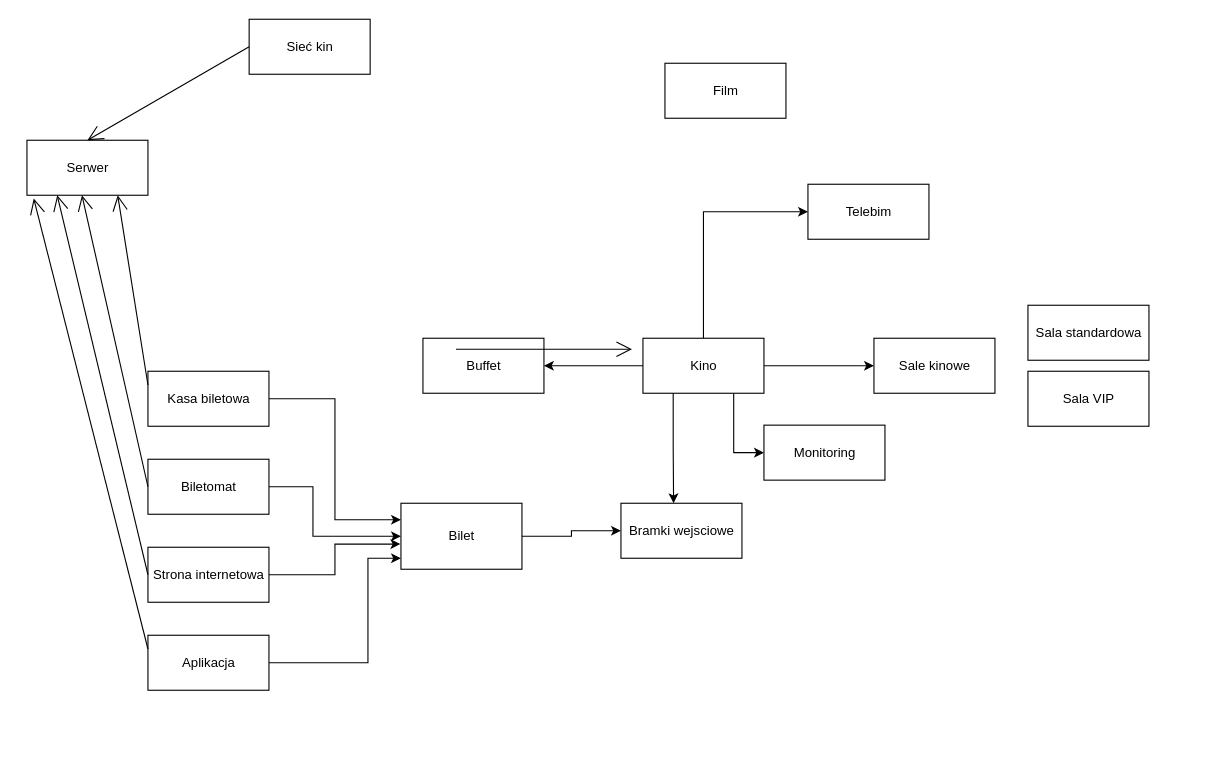
Earlier version of the draw.io diagram Model_otoczenia.drawio (MateuszKochanski/IPR). Source tidied: cells renumbered, new cells numbered last; positions are measured from the earlier drawing's top-left corner, leaving out a move shared by most shapes. Both pictures are drawn from the tidied source at 110%, with x=0, y=0 at pixel (26, 19).
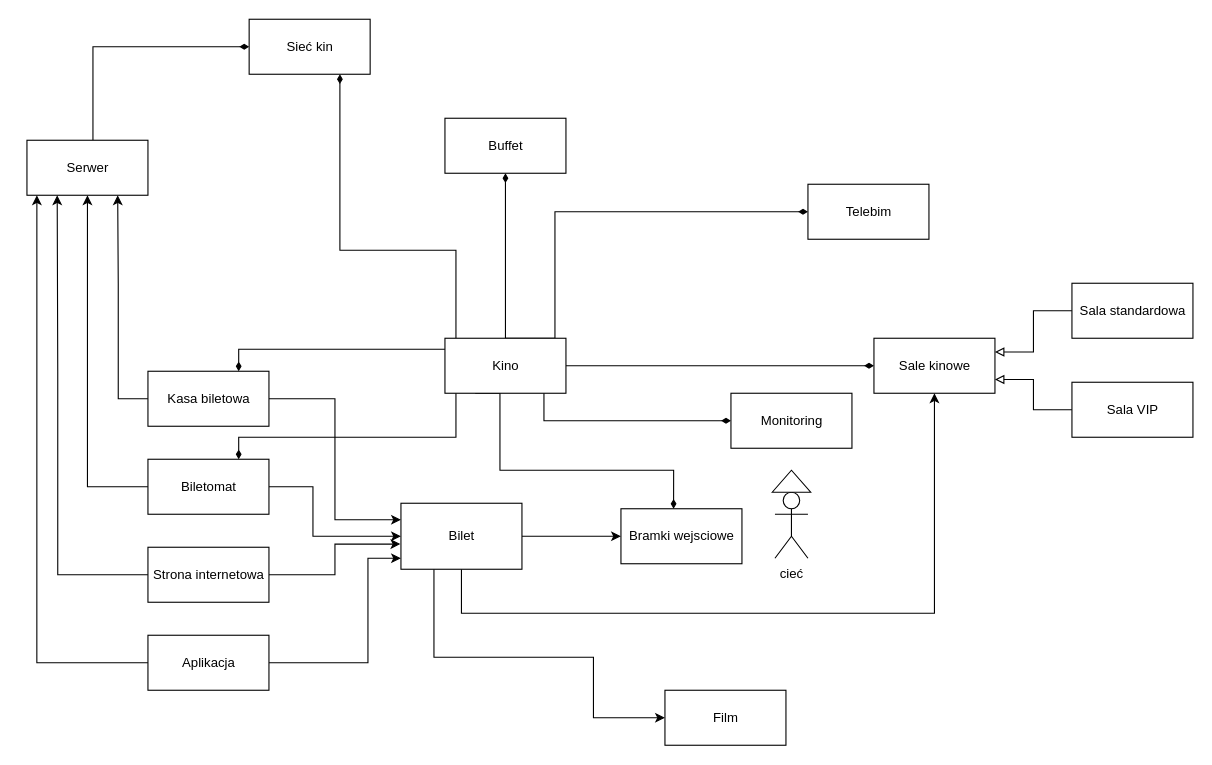
The same diagram, later.

Unchanged cells that the change refers to:
```xml
<mxCell id="10" value="Kasa biletowa" style="html=1;" parent="1" vertex="1">
  <mxGeometry x="110" y="320" width="110" height="50" as="geometry" />
</mxCell>
<mxCell id="12" value="Biletomat" style="html=1;" parent="1" vertex="1">
  <mxGeometry x="110" y="400" width="110" height="50" as="geometry" />
</mxCell>
<mxCell id="13" value="Sale kinowe" style="html=1;" parent="1" vertex="1">
  <mxGeometry x="770" y="290" width="110" height="50" as="geometry" />
</mxCell>
<mxCell id="14" value="Telebim" style="html=1;" parent="1" vertex="1">
  <mxGeometry x="710" y="150" width="110" height="50" as="geometry" />
</mxCell>
<mxCell id="20" value="Bilet" style="html=1;" parent="1" vertex="1">
  <mxGeometry x="340" y="440" width="110" height="60" as="geometry" />
</mxCell>
<mxCell id="22" value="Serwer" style="html=1;" parent="1" vertex="1">
  <mxGeometry y="110" width="110" height="50" as="geometry" />
</mxCell>
<mxCell id="23" value="Sieć kin" style="html=1;" parent="1" vertex="1">
  <mxGeometry x="202" width="110" height="50" as="geometry" />
</mxCell>
<mxCell id="25" value="Strona internetowa" style="html=1;" parent="1" vertex="1">
  <mxGeometry x="110" y="480" width="110" height="50" as="geometry" />
</mxCell>
<mxCell id="27" value="Aplikacja" style="html=1;" parent="1" vertex="1">
  <mxGeometry x="110" y="560" width="110" height="50" as="geometry" />
</mxCell>
```

What changed in the source:
```diff
@@
-    <mxCell id="2" style="edgeStyle=orthogonalEdgeStyle;rounded=0;jettySize=auto;html=1;exitX=0;exitY=0.5;exitDx=0;exitDy=0;entryX=1;entryY=0.5;entryDx=0;entryDy=0;" parent="1" edge="1" source="7" target="21">
-      <mxGeometry relative="1" as="geometry" />
-    </mxCell>
-    <mxCell id="3" style="edgeStyle=orthogonalEdgeStyle;rounded=0;jettySize=auto;html=1;exitX=0.25;exitY=1;exitDx=0;exitDy=0;entryX=0.435;entryY=0;entryDx=0;entryDy=0;entryPerimeter=0;" parent="1" edge="1" source="7" target="8">
-      <mxGeometry relative="1" as="geometry" />
+    <mxCell id="3" style="edgeStyle=orthogonalEdgeStyle;rounded=0;jettySize=auto;html=1;exitX=0.25;exitY=1;exitDx=0;exitDy=0;entryX=0.435;entryY=0;entryDx=0;entryDy=0;entryPerimeter=0;endArrow=diamondThin;endFill=1;" parent="1" edge="1" source="7" target="8">
+      <mxGeometry relative="1" as="geometry">
+        <Array as="points">
+          <mxPoint x="430" y="340" />
+          <mxPoint x="430" y="410" />
+          <mxPoint x="588" y="410" />
+        </Array>
+      </mxGeometry>
     </mxCell>
-    <mxCell id="4" style="edgeStyle=orthogonalEdgeStyle;rounded=0;jettySize=auto;html=1;exitX=0.75;exitY=1;exitDx=0;exitDy=0;entryX=0;entryY=0.5;entryDx=0;entryDy=0;" parent="1" edge="1" source="7" target="15">
-      <mxGeometry relative="1" as="geometry" />
-    </mxCell>
-    <mxCell id="5" style="edgeStyle=orthogonalEdgeStyle;rounded=0;jettySize=auto;html=1;exitX=1;exitY=0.5;exitDx=0;exitDy=0;entryX=0;entryY=0.5;entryDx=0;entryDy=0;" parent="1" edge="1" source="7" target="13">
+    <mxCell id="5" style="edgeStyle=orthogonalEdgeStyle;rounded=0;jettySize=auto;html=1;exitX=1;exitY=0.5;exitDx=0;exitDy=0;entryX=0;entryY=0.5;entryDx=0;entryDy=0;endArrow=diamondThin;endFill=1;" parent="1" edge="1" source="7" target="13">
       <mxGeometry relative="1" as="geometry" />
     </mxCell>
-    <mxCell id="6" style="edgeStyle=orthogonalEdgeStyle;rounded=0;jettySize=auto;html=1;exitX=0.5;exitY=0;exitDx=0;exitDy=0;entryX=0;entryY=0.5;entryDx=0;entryDy=0;" parent="1" edge="1" source="7" target="14">
-      <mxGeometry relative="1" as="geometry" />
+    <mxCell id="6" style="edgeStyle=orthogonalEdgeStyle;rounded=0;jettySize=auto;html=1;exitX=0.5;exitY=0;exitDx=0;exitDy=0;entryX=0;entryY=0.5;entryDx=0;entryDy=0;endArrow=diamondThin;endFill=1;" parent="1" edge="1" source="7" target="14">
+      <mxGeometry relative="1" as="geometry">
+        <Array as="points">
+          <mxPoint x="480" y="290" />
+          <mxPoint x="480" y="175" />
+        </Array>
+      </mxGeometry>
     </mxCell>
+    <mxCell id="34" style="edgeStyle=orthogonalEdgeStyle;rounded=0;jettySize=auto;html=1;entryX=0.75;entryY=1;entryDx=0;entryDy=0;endArrow=diamondThin;endFill=1;" parent="1" edge="1" source="7" target="23">
+      <mxGeometry relative="1" as="geometry">
+        <Array as="points">
+          <mxPoint x="390" y="210" />
+          <mxPoint x="285" y="210" />
+        </Array>
+      </mxGeometry>
+    </mxCell>
+    <mxCell id="2" style="edgeStyle=orthogonalEdgeStyle;rounded=0;jettySize=auto;html=1;entryX=0.5;entryY=1;entryDx=0;entryDy=0;endArrow=diamondThin;endFill=1;" parent="1" edge="1" source="7" target="21">
+      <mxGeometry relative="1" as="geometry" />
+    </mxCell>
+    <mxCell id="35" style="edgeStyle=orthogonalEdgeStyle;rounded=0;jettySize=auto;html=1;entryX=0.75;entryY=0;entryDx=0;entryDy=0;endArrow=diamondThin;endFill=1;" parent="1" edge="1" source="7" target="10">
+      <mxGeometry relative="1" as="geometry">
+        <Array as="points">
+          <mxPoint x="193" y="300" />
+        </Array>
+      </mxGeometry>
+    </mxCell>
+    <mxCell id="36" style="edgeStyle=orthogonalEdgeStyle;rounded=0;jettySize=auto;html=1;entryX=0.75;entryY=0;entryDx=0;entryDy=0;endArrow=diamondThin;endFill=1;" parent="1" edge="1" source="7" target="12">
+      <mxGeometry relative="1" as="geometry">
+        <Array as="points">
+          <mxPoint x="390" y="380" />
+          <mxPoint x="193" y="380" />
+        </Array>
+      </mxGeometry>
+    </mxCell>
+    <mxCell id="4" style="edgeStyle=orthogonalEdgeStyle;rounded=0;jettySize=auto;html=1;entryX=0;entryY=0.5;entryDx=0;entryDy=0;endArrow=diamondThin;endFill=1;" parent="1" edge="1" source="7" target="15">
+      <mxGeometry relative="1" as="geometry">
+        <Array as="points">
+          <mxPoint x="470" y="365" />
+        </Array>
+      </mxGeometry>
+    </mxCell>
     <mxCell id="7" value="Kino" style="html=1;" parent="1" vertex="1">
-      <mxGeometry x="560" y="290" width="110" height="50" as="geometry" />
+      <mxGeometry x="380" y="290" width="110" height="50" as="geometry" />
     </mxCell>
     <mxCell id="8" value="Bramki wejsciowe" style="html=1;" parent="1" vertex="1">
-      <mxGeometry x="540" y="440" width="110" height="50" as="geometry" />
+      <mxGeometry x="540" y="445" width="110" height="50" as="geometry" />
     </mxCell>
@@
+    <mxCell id="30" style="edgeStyle=orthogonalEdgeStyle;rounded=0;jettySize=auto;html=1;entryX=0.75;entryY=1;entryDx=0;entryDy=0;endArrow=classic;endFill=1;" parent="1" edge="1" source="10" target="22">
+      <mxGeometry relative="1" as="geometry">
+        <Array as="points">
+          <mxPoint x="83" y="345" />
+          <mxPoint x="83" y="240" />
+        </Array>
+      </mxGeometry>
+    </mxCell>
@@
+    <mxCell id="37" style="edgeStyle=orthogonalEdgeStyle;rounded=0;jettySize=auto;html=1;entryX=0.5;entryY=1;entryDx=0;entryDy=0;endArrow=classic;endFill=1;" parent="1" edge="1" source="12" target="22">
+      <mxGeometry relative="1" as="geometry">
+        <Array as="points">
+          <mxPoint x="55" y="425" />
+        </Array>
+      </mxGeometry>
+    </mxCell>
@@
     <mxCell id="15" value="Monitoring" style="html=1;" parent="1" vertex="1">
-      <mxGeometry x="670" y="369" width="110" height="50" as="geometry" />
+      <mxGeometry x="640" y="340" width="110" height="50" as="geometry" />
     </mxCell>
+    <mxCell id="38" style="edgeStyle=orthogonalEdgeStyle;rounded=0;jettySize=auto;html=1;entryX=1;entryY=0.75;entryDx=0;entryDy=0;endArrow=block;endFill=0;" parent="1" edge="1" source="16" target="13">
+      <mxGeometry relative="1" as="geometry" />
+    </mxCell>
     <mxCell id="16" value="Sala VIP" style="html=1;" parent="1" vertex="1">
-      <mxGeometry x="910" y="320" width="110" height="50" as="geometry" />
+      <mxGeometry x="950" y="330" width="110" height="50" as="geometry" />
     </mxCell>
+    <mxCell id="39" style="edgeStyle=orthogonalEdgeStyle;rounded=0;jettySize=auto;html=1;entryX=1;entryY=0.25;entryDx=0;entryDy=0;endArrow=block;endFill=0;" parent="1" edge="1" source="17" target="13">
+      <mxGeometry relative="1" as="geometry" />
+    </mxCell>
     <mxCell id="17" value="Sala standardowa" style="html=1;" parent="1" vertex="1">
-      <mxGeometry x="910" y="260" width="110" height="50" as="geometry" />
+      <mxGeometry x="950" y="240" width="110" height="50" as="geometry" />
     </mxCell>
     <mxCell id="18" value="Film" style="html=1;" parent="1" vertex="1">
-      <mxGeometry x="580" y="40" width="110" height="50" as="geometry" />
+      <mxGeometry x="580" y="610" width="110" height="50" as="geometry" />
     </mxCell>
@@
+    <mxCell id="40" style="edgeStyle=orthogonalEdgeStyle;rounded=0;jettySize=auto;html=1;entryX=0.5;entryY=1;entryDx=0;entryDy=0;endArrow=classic;endFill=1;" parent="1" edge="1" source="20" target="13">
+      <mxGeometry relative="1" as="geometry">
+        <Array as="points">
+          <mxPoint x="395" y="540" />
+          <mxPoint x="825" y="540" />
+        </Array>
+      </mxGeometry>
+    </mxCell>
+    <mxCell id="41" style="edgeStyle=orthogonalEdgeStyle;rounded=0;jettySize=auto;html=1;entryX=0;entryY=0.5;entryDx=0;entryDy=0;endArrow=classic;endFill=1;" parent="1" edge="1" source="20" target="18">
+      <mxGeometry relative="1" as="geometry">
+        <Array as="points">
+          <mxPoint x="370" y="580" />
+          <mxPoint x="515" y="580" />
+          <mxPoint x="515" y="635" />
+        </Array>
+      </mxGeometry>
+    </mxCell>
@@
     <mxCell id="21" value="Buffet" style="html=1;" parent="1" vertex="1">
-      <mxGeometry x="360" y="290" width="110" height="50" as="geometry" />
+      <mxGeometry x="380" y="90" width="110" height="50" as="geometry" />
     </mxCell>
+    <mxCell id="42" style="edgeStyle=orthogonalEdgeStyle;rounded=0;jettySize=auto;html=1;entryX=0;entryY=0.5;entryDx=0;entryDy=0;endArrow=diamondThin;endFill=1;" parent="1" edge="1" source="22" target="23">
+      <mxGeometry relative="1" as="geometry">
+        <Array as="points">
+          <mxPoint x="60" y="25" />
+        </Array>
+      </mxGeometry>
+    </mxCell>
@@
+    <mxCell id="32" style="edgeStyle=orthogonalEdgeStyle;rounded=0;jettySize=auto;html=1;entryX=0.25;entryY=1;entryDx=0;entryDy=0;endArrow=classic;endFill=1;" parent="1" edge="1" source="25" target="22">
+      <mxGeometry relative="1" as="geometry">
+        <Array as="points">
+          <mxPoint x="28" y="505" />
+          <mxPoint x="28" y="320" />
+        </Array>
+      </mxGeometry>
+    </mxCell>
@@
+    <mxCell id="33" style="edgeStyle=orthogonalEdgeStyle;rounded=0;jettySize=auto;html=1;entryX=0.082;entryY=1;entryDx=0;entryDy=0;entryPerimeter=0;endArrow=classic;endFill=1;" parent="1" edge="1" source="27" target="22">
+      <mxGeometry relative="1" as="geometry">
+        <Array as="points">
+          <mxPoint x="9" y="585" />
+        </Array>
+      </mxGeometry>
+    </mxCell>
@@
-    <mxCell id="28" style="endArrow=open;endFill=1;endSize=12;html=1;rounded=0;" parent="1" edge="1">
-      <mxGeometry relative="1" as="geometry">
-        <mxPoint x="390" y="300" as="sourcePoint" />
-        <mxPoint x="550" y="300" as="targetPoint" />
-      </mxGeometry>
-    </mxCell>
-    <mxCell id="29" style="endArrow=open;endFill=1;endSize=12;html=1;rounded=0;entryX=0.5;entryY=0;entryDx=0;entryDy=0;exitX=0;exitY=0.5;exitDx=0;exitDy=0;" parent="1" edge="1" source="23" target="22">
-      <mxGeometry relative="1" as="geometry" />
-    </mxCell>
-    <mxCell id="30" style="endArrow=open;endFill=1;endSize=12;html=1;rounded=0;entryX=0.75;entryY=1;entryDx=0;entryDy=0;exitX=0;exitY=0.25;exitDx=0;exitDy=0;" parent="1" edge="1" source="10" target="22">
-      <mxGeometry relative="1" as="geometry" />
-    </mxCell>
-    <mxCell id="31" style="endArrow=open;endFill=1;endSize=12;html=1;rounded=0;entryX=0.75;entryY=1;entryDx=0;entryDy=0;exitX=0;exitY=0.5;exitDx=0;exitDy=0;" parent="1" edge="1" source="12">
-      <mxGeometry relative="1" as="geometry">
-        <mxPoint x="50" y="160" as="targetPoint" />
-      </mxGeometry>
-    </mxCell>
-    <mxCell id="32" style="endArrow=open;endFill=1;endSize=12;html=1;rounded=0;entryX=0.25;entryY=1;entryDx=0;entryDy=0;exitX=0;exitY=0.5;exitDx=0;exitDy=0;" parent="1" edge="1" source="25" target="22">
-      <mxGeometry relative="1" as="geometry" />
-    </mxCell>
-    <mxCell id="33" style="endArrow=open;endFill=1;endSize=12;html=1;rounded=0;entryX=0.056;entryY=1.06;entryDx=0;entryDy=0;exitX=0;exitY=0.25;exitDx=0;exitDy=0;entryPerimeter=0;" parent="1" edge="1" source="27" target="22">
-      <mxGeometry relative="1" as="geometry" />
-    </mxCell>
+    <mxCell id="43" value="cieć" style="shape=umlActor;verticalLabelPosition=bottom;verticalAlign=top;html=1;" parent="1" vertex="1">
+      <mxGeometry x="680" y="430" width="30" height="60" as="geometry" />
+    </mxCell>
+    <mxCell id="44" style="triangle;whiteSpace=wrap;html=1;direction=north;" parent="1" vertex="1">
+      <mxGeometry x="677.5" y="410" width="35" height="20" as="geometry" />
+    </mxCell>
```
